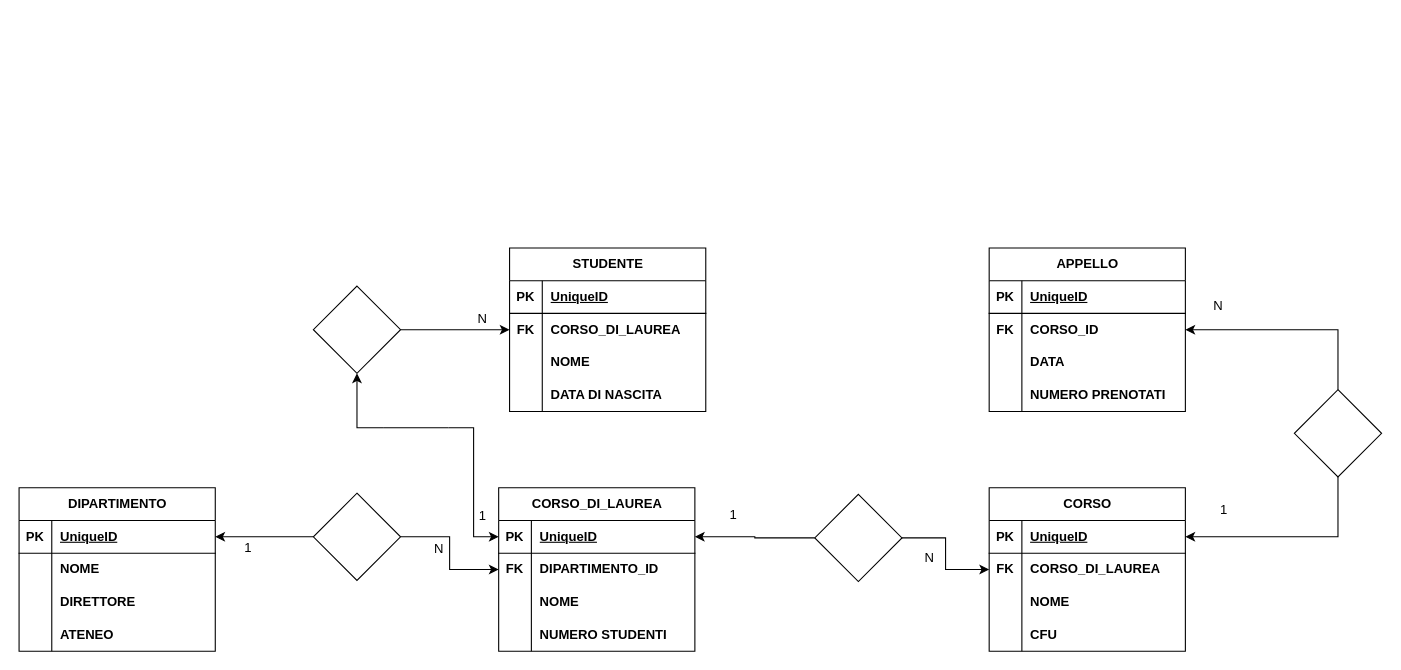
Earlier version of the draw.io diagram db-university.drawio (giogiosgr/db-university). Source tidied: cells renumbered, new cells numbered last; positions are measured from the earlier drawing's top-left corner, leaving out a move shared by most shapes. Both pictures are drawn from the tidied source at 109%, with x=0, y=0 at pixel (19, 247).
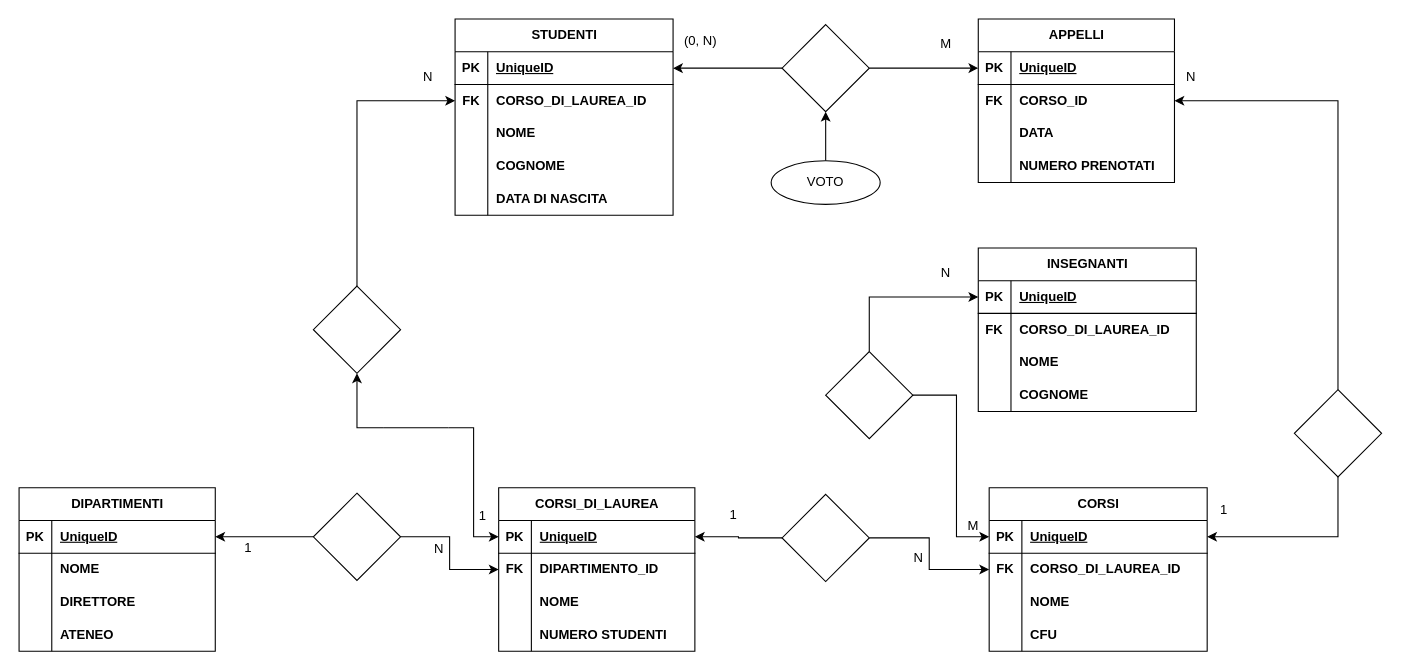
The same diagram, later.

Unchanged cells that the change refers to:
```xml
<mxCell id="63" style="shape=tableRow;horizontal=0;startSize=0;swimlaneHead=0;swimlaneBody=0;fillColor=none;points=[[0,0.5],[1,0.5]];portConstraint=eastwest;top=0;left=0;right=0;bottom=1;" parent="62" vertex="1">
  <mxGeometry y="30" width="180" height="30" as="geometry" />
</mxCell>
```

Change to the diagram source:
```diff
@@
-    <mxCell id="2" value="DIPARTIMENTO" style="shape=table;startSize=30;childLayout=tableLayout;rowLines=0;fontStyle=1;align=center;html=1;" parent="1" vertex="1">
+    <mxCell id="2" value="DIPARTIMENTI" style="shape=table;startSize=30;childLayout=tableLayout;rowLines=0;fontStyle=1;align=center;html=1;" parent="1" vertex="1">
       <mxGeometry y="220" width="180" height="150" as="geometry" />
     </mxCell>
@@
-    <mxCell id="18" value="CORSO_DI_LAUREA" style="shape=table;startSize=30;childLayout=tableLayout;rowLines=0;fontStyle=1;align=center;html=1;" parent="1" vertex="1">
+    <mxCell id="18" value="CORSI_DI_LAUREA" style="shape=table;startSize=30;childLayout=tableLayout;rowLines=0;fontStyle=1;align=center;html=1;" parent="1" vertex="1">
       <mxGeometry x="440" y="220" width="180" height="150" as="geometry" />
     </mxCell>
@@
-    <mxCell id="32" value="CORSO" style="shape=table;startSize=30;childLayout=tableLayout;rowLines=0;fontStyle=1;align=center;html=1;" parent="1" vertex="1">
-      <mxGeometry x="890" y="220" width="180" height="150" as="geometry" />
+    <mxCell id="32" value="CORSI" style="shape=table;startSize=30;childLayout=tableLayout;rowLines=0;fontStyle=1;align=center;html=1;" parent="1" vertex="1">
+      <mxGeometry x="890" y="220" width="200" height="150" as="geometry" />
     </mxCell>
     <mxCell id="33" style="shape=tableRow;horizontal=0;startSize=0;swimlaneHead=0;swimlaneBody=0;fillColor=none;points=[[0,0.5],[1,0.5]];portConstraint=eastwest;top=0;left=0;right=0;bottom=1;" parent="32" vertex="1">
-      <mxGeometry y="30" width="180" height="30" as="geometry" />
+      <mxGeometry y="30" width="200" height="30" as="geometry" />
     </mxCell>
@@
     <mxCell id="35" value="UniqueID" style="shape=partialRectangle;fillColor=none;top=0;left=0;bottom=0;right=0;align=left;spacingLeft=6;fontStyle=5;overflow=hidden;whiteSpace=wrap;html=1;" parent="33" vertex="1">
-      <mxGeometry x="30" width="150" height="30" as="geometry" />
+      <mxGeometry x="30" width="170" height="30" as="geometry" />
     </mxCell>
     <mxCell id="36" style="shape=tableRow;horizontal=0;startSize=0;swimlaneHead=0;swimlaneBody=0;fillColor=none;points=[[0,0.5],[1,0.5]];portConstraint=eastwest;top=0;left=0;right=0;bottom=0;" parent="32" vertex="1">
-      <mxGeometry y="60" width="180" height="30" as="geometry" />
+      <mxGeometry y="60" width="200" height="30" as="geometry" />
     </mxCell>
@@
-    <mxCell id="38" value="&lt;b&gt;CORSO_DI_LAUREA&lt;/b&gt;" style="shape=partialRectangle;fillColor=none;top=0;left=0;bottom=0;right=0;align=left;spacingLeft=6;overflow=hidden;whiteSpace=wrap;html=1;" parent="36" vertex="1">
-      <mxGeometry x="30" width="150" height="30" as="geometry" />
+    <mxCell id="38" value="&lt;b&gt;CORSO_DI_LAUREA_ID&lt;/b&gt;" style="shape=partialRectangle;fillColor=none;top=0;left=0;bottom=0;right=0;align=left;spacingLeft=6;overflow=hidden;whiteSpace=wrap;html=1;" parent="36" vertex="1">
+      <mxGeometry x="30" width="170" height="30" as="geometry" />
     </mxCell>
     <mxCell id="39" style="shape=tableRow;horizontal=0;startSize=0;swimlaneHead=0;swimlaneBody=0;fillColor=none;top=0;left=0;right=0;bottom=0;" parent="32" vertex="1">
-      <mxGeometry y="90" width="180" height="30" as="geometry" />
+      <mxGeometry y="90" width="200" height="30" as="geometry" />
     </mxCell>
@@
     <mxCell id="41" value="&lt;b&gt;NOME&lt;/b&gt;" style="shape=partialRectangle;fillColor=none;top=0;left=0;bottom=0;right=0;align=left;spacingLeft=6;overflow=hidden;whiteSpace=wrap;html=1;" parent="39" vertex="1">
-      <mxGeometry x="30" width="150" height="30" as="geometry" />
+      <mxGeometry x="30" width="170" height="30" as="geometry" />
     </mxCell>
     <mxCell id="42" style="shape=tableRow;horizontal=0;startSize=0;swimlaneHead=0;swimlaneBody=0;fillColor=none;top=0;left=0;right=0;bottom=0;" parent="32" vertex="1">
-      <mxGeometry y="120" width="180" height="30" as="geometry" />
+      <mxGeometry y="120" width="200" height="30" as="geometry" />
     </mxCell>
@@
     <mxCell id="44" value="&lt;b&gt;CFU&lt;/b&gt;" style="shape=partialRectangle;fillColor=none;top=0;left=0;bottom=0;right=0;align=left;spacingLeft=6;overflow=hidden;whiteSpace=wrap;html=1;" parent="42" vertex="1">
-      <mxGeometry x="30" width="150" height="30" as="geometry" />
+      <mxGeometry x="30" width="170" height="30" as="geometry" />
     </mxCell>
@@
     <mxCell id="48" style="rhombus;whiteSpace=wrap;html=1;" parent="1" vertex="1">
-      <mxGeometry x="730" y="226" width="80" height="80" as="geometry" />
+      <mxGeometry x="700" y="226" width="80" height="80" as="geometry" />
     </mxCell>
-    <mxCell id="49" value="STUDENTE" style="shape=table;startSize=30;childLayout=tableLayout;rowLines=0;fontStyle=1;align=center;html=1;" parent="1" vertex="1">
-      <mxGeometry x="450" width="180" height="150" as="geometry" />
+    <mxCell id="49" value="STUDENTI" style="shape=table;startSize=30;childLayout=tableLayout;rowLines=0;fontStyle=1;align=center;html=1;" parent="1" vertex="1">
+      <mxGeometry x="400" y="-210" width="200" height="180" as="geometry" />
     </mxCell>
     <mxCell id="50" style="shape=tableRow;horizontal=0;startSize=0;swimlaneHead=0;swimlaneBody=0;fillColor=none;points=[[0,0.5],[1,0.5]];portConstraint=eastwest;top=0;left=0;right=0;bottom=1;" parent="49" vertex="1">
-      <mxGeometry y="30" width="180" height="30" as="geometry" />
+      <mxGeometry y="30" width="200" height="30" as="geometry" />
     </mxCell>
@@
     <mxCell id="52" value="UniqueID" style="shape=partialRectangle;fillColor=none;top=0;left=0;bottom=0;right=0;align=left;spacingLeft=6;fontStyle=5;overflow=hidden;whiteSpace=wrap;html=1;" parent="50" vertex="1">
-      <mxGeometry x="30" width="150" height="30" as="geometry" />
+      <mxGeometry x="30" width="170" height="30" as="geometry" />
     </mxCell>
     <mxCell id="53" style="shape=tableRow;horizontal=0;startSize=0;swimlaneHead=0;swimlaneBody=0;fillColor=none;points=[[0,0.5],[1,0.5]];portConstraint=eastwest;top=0;left=0;right=0;bottom=0;" parent="49" vertex="1">
-      <mxGeometry y="60" width="180" height="30" as="geometry" />
+      <mxGeometry y="60" width="200" height="30" as="geometry" />
     </mxCell>
@@
-    <mxCell id="55" value="&lt;b&gt;CORSO_DI_LAUREA&lt;/b&gt;" style="shape=partialRectangle;fillColor=none;top=0;left=0;bottom=0;right=0;align=left;spacingLeft=6;overflow=hidden;whiteSpace=wrap;html=1;" parent="53" vertex="1">
-      <mxGeometry x="30" width="150" height="30" as="geometry" />
+    <mxCell id="55" value="&lt;b&gt;CORSO_DI_LAUREA_ID&lt;/b&gt;" style="shape=partialRectangle;fillColor=none;top=0;left=0;bottom=0;right=0;align=left;spacingLeft=6;overflow=hidden;whiteSpace=wrap;html=1;" parent="53" vertex="1">
+      <mxGeometry x="30" width="170" height="30" as="geometry" />
     </mxCell>
     <mxCell id="56" style="shape=tableRow;horizontal=0;startSize=0;swimlaneHead=0;swimlaneBody=0;fillColor=none;top=0;left=0;right=0;bottom=0;" parent="49" vertex="1">
-      <mxGeometry y="90" width="180" height="30" as="geometry" />
+      <mxGeometry y="90" width="200" height="30" as="geometry" />
     </mxCell>
@@
     <mxCell id="58" value="&lt;b&gt;NOME&lt;/b&gt;" style="shape=partialRectangle;fillColor=none;top=0;left=0;bottom=0;right=0;align=left;spacingLeft=6;overflow=hidden;whiteSpace=wrap;html=1;" parent="56" vertex="1">
-      <mxGeometry x="30" width="150" height="30" as="geometry" />
+      <mxGeometry x="30" width="170" height="30" as="geometry" />
     </mxCell>
     <mxCell id="59" style="shape=tableRow;horizontal=0;startSize=0;swimlaneHead=0;swimlaneBody=0;fillColor=none;top=0;left=0;right=0;bottom=0;" parent="49" vertex="1">
-      <mxGeometry y="120" width="180" height="30" as="geometry" />
+      <mxGeometry y="120" width="200" height="30" as="geometry" />
     </mxCell>
@@
-    <mxCell id="61" value="&lt;b&gt;DATA DI NASCITA&lt;/b&gt;" style="shape=partialRectangle;fillColor=none;top=0;left=0;bottom=0;right=0;align=left;spacingLeft=6;overflow=hidden;whiteSpace=wrap;html=1;" parent="59" vertex="1">
-      <mxGeometry x="30" width="150" height="30" as="geometry" />
+    <mxCell id="61" value="&lt;b&gt;COGNOME&lt;/b&gt;" style="shape=partialRectangle;fillColor=none;top=0;left=0;bottom=0;right=0;align=left;spacingLeft=6;overflow=hidden;whiteSpace=wrap;html=1;" parent="59" vertex="1">
+      <mxGeometry x="30" width="170" height="30" as="geometry" />
     </mxCell>
+    <mxCell id="89" style="shape=tableRow;horizontal=0;startSize=0;swimlaneHead=0;swimlaneBody=0;fillColor=none;top=0;left=0;right=0;bottom=0;" parent="49" vertex="1">
+      <mxGeometry y="150" width="200" height="30" as="geometry" />
+    </mxCell>
+    <mxCell id="90" style="shape=partialRectangle;fillColor=none;top=0;left=0;bottom=0;right=0;overflow=hidden;whiteSpace=wrap;html=1;" parent="89" vertex="1">
+      <mxGeometry width="30" height="30" as="geometry" />
+    </mxCell>
+    <mxCell id="91" value="&lt;b&gt;DATA DI NASCITA&lt;/b&gt;" style="shape=partialRectangle;fillColor=none;top=0;left=0;bottom=0;right=0;align=left;spacingLeft=6;overflow=hidden;whiteSpace=wrap;html=1;" parent="89" vertex="1">
+      <mxGeometry x="30" width="170" height="30" as="geometry" />
+    </mxCell>
-    <mxCell id="62" value="APPELLO" style="shape=table;startSize=30;childLayout=tableLayout;rowLines=0;fontStyle=1;align=center;html=1;" parent="1" vertex="1">
-      <mxGeometry x="890" width="180" height="150" as="geometry" />
+    <mxCell id="62" value="APPELLI" style="shape=table;startSize=30;childLayout=tableLayout;rowLines=0;fontStyle=1;align=center;html=1;" parent="1" vertex="1">
+      <mxGeometry x="880" y="-210" width="180" height="150" as="geometry" />
     </mxCell>
@@
     <mxCell id="76" value="N" style="text;html=1;align=center;verticalAlign=middle;strokeColor=none;fillColor=none;" parent="1" vertex="1">
-      <mxGeometry x="820" y="270" width="30" height="30" as="geometry" />
+      <mxGeometry x="810" y="270" width="30" height="30" as="geometry" />
     </mxCell>
@@
     <mxCell id="86" value="N" style="text;html=1;align=center;verticalAlign=middle;strokeColor=none;fillColor=none;" parent="1" vertex="1">
-      <mxGeometry x="410" y="50" width="30" height="30" as="geometry" />
+      <mxGeometry x="360" y="-172" width="30" height="30" as="geometry" />
     </mxCell>
@@
     <mxCell id="88" value="N" style="text;html=1;align=center;verticalAlign=middle;strokeColor=none;fillColor=none;" parent="1" vertex="1">
-      <mxGeometry x="1085" y="38" width="30" height="30" as="geometry" />
+      <mxGeometry x="1060" y="-172" width="30" height="30" as="geometry" />
     </mxCell>
+    <mxCell id="92" value="INSEGNANTI" style="shape=table;startSize=30;childLayout=tableLayout;rowLines=0;fontStyle=1;align=center;html=1;" parent="1" vertex="1">
+      <mxGeometry x="880" width="200" height="150" as="geometry" />
+    </mxCell>
+    <mxCell id="93" style="shape=tableRow;horizontal=0;startSize=0;swimlaneHead=0;swimlaneBody=0;fillColor=none;points=[[0,0.5],[1,0.5]];portConstraint=eastwest;top=0;left=0;right=0;bottom=1;" parent="92" vertex="1">
+      <mxGeometry y="30" width="200" height="30" as="geometry" />
+    </mxCell>
+    <mxCell id="94" value="PK" style="shape=partialRectangle;fillColor=none;top=0;left=0;bottom=0;right=0;fontStyle=1;overflow=hidden;whiteSpace=wrap;html=1;" parent="93" vertex="1">
+      <mxGeometry width="30" height="30" as="geometry" />
+    </mxCell>
+    <mxCell id="95" value="UniqueID" style="shape=partialRectangle;fillColor=none;top=0;left=0;bottom=0;right=0;align=left;spacingLeft=6;fontStyle=5;overflow=hidden;whiteSpace=wrap;html=1;" parent="93" vertex="1">
+      <mxGeometry x="30" width="170" height="30" as="geometry" />
+    </mxCell>
+    <mxCell id="96" style="shape=tableRow;horizontal=0;startSize=0;swimlaneHead=0;swimlaneBody=0;fillColor=none;top=0;left=0;right=0;bottom=0;" parent="92" vertex="1">
+      <mxGeometry y="60" width="200" height="30" as="geometry" />
+    </mxCell>
+    <mxCell id="97" value="&lt;b&gt;FK&lt;/b&gt;" style="shape=partialRectangle;fillColor=none;top=0;left=0;bottom=0;right=0;overflow=hidden;whiteSpace=wrap;html=1;" parent="96" vertex="1">
+      <mxGeometry width="30" height="30" as="geometry" />
+    </mxCell>
+    <mxCell id="98" value="&lt;b&gt;CORSO_DI_LAUREA_ID&lt;/b&gt;" style="shape=partialRectangle;fillColor=none;top=0;left=0;bottom=0;right=0;align=left;spacingLeft=6;overflow=hidden;whiteSpace=wrap;html=1;" parent="96" vertex="1">
+      <mxGeometry x="30" width="170" height="30" as="geometry" />
+    </mxCell>
+    <mxCell id="99" style="shape=tableRow;horizontal=0;startSize=0;swimlaneHead=0;swimlaneBody=0;fillColor=none;top=0;left=0;right=0;bottom=0;" parent="92" vertex="1">
+      <mxGeometry y="90" width="200" height="30" as="geometry" />
+    </mxCell>
+    <mxCell id="100" style="shape=partialRectangle;fillColor=none;top=0;left=0;bottom=0;right=0;overflow=hidden;whiteSpace=wrap;html=1;" parent="99" vertex="1">
+      <mxGeometry width="30" height="30" as="geometry" />
+    </mxCell>
+    <mxCell id="101" value="&lt;b&gt;NOME&lt;/b&gt;" style="shape=partialRectangle;fillColor=none;top=0;left=0;bottom=0;right=0;align=left;spacingLeft=6;overflow=hidden;whiteSpace=wrap;html=1;" parent="99" vertex="1">
+      <mxGeometry x="30" width="170" height="30" as="geometry" />
+    </mxCell>
+    <mxCell id="102" style="shape=tableRow;horizontal=0;startSize=0;swimlaneHead=0;swimlaneBody=0;fillColor=none;top=0;left=0;right=0;bottom=0;" parent="92" vertex="1">
+      <mxGeometry y="120" width="200" height="30" as="geometry" />
+    </mxCell>
+    <mxCell id="103" style="shape=partialRectangle;fillColor=none;top=0;left=0;bottom=0;right=0;overflow=hidden;whiteSpace=wrap;html=1;" parent="102" vertex="1">
+      <mxGeometry width="30" height="30" as="geometry" />
+    </mxCell>
+    <mxCell id="104" value="&lt;b&gt;COGNOME&lt;/b&gt;" style="shape=partialRectangle;fillColor=none;top=0;left=0;bottom=0;right=0;align=left;spacingLeft=6;overflow=hidden;whiteSpace=wrap;html=1;" parent="102" vertex="1">
+      <mxGeometry x="30" width="170" height="30" as="geometry" />
+    </mxCell>
+    <mxCell id="105" style="edgeStyle=orthogonalEdgeStyle;rounded=0;jettySize=auto;html=1;entryX=0;entryY=0.5;entryDx=0;entryDy=0;" parent="1" edge="1" source="107" target="93">
+      <mxGeometry relative="1" as="geometry" />
+    </mxCell>
+    <mxCell id="106" style="edgeStyle=orthogonalEdgeStyle;rounded=0;jettySize=auto;html=1;entryX=0;entryY=0.5;entryDx=0;entryDy=0;" parent="1" edge="1" source="107" target="33">
+      <mxGeometry relative="1" as="geometry">
+        <Array as="points">
+          <mxPoint x="860" y="135" />
+          <mxPoint x="860" y="265" />
+        </Array>
+      </mxGeometry>
+    </mxCell>
+    <mxCell id="107" style="rhombus;whiteSpace=wrap;html=1;" parent="1" vertex="1">
+      <mxGeometry x="740" y="95" width="80" height="80" as="geometry" />
+    </mxCell>
+    <mxCell id="108" value="N" style="text;html=1;align=center;verticalAlign=middle;strokeColor=none;fillColor=none;" parent="1" vertex="1">
+      <mxGeometry x="835" y="8" width="30" height="30" as="geometry" />
+    </mxCell>
+    <mxCell id="109" value="M" style="text;html=1;align=center;verticalAlign=middle;strokeColor=none;fillColor=none;" parent="1" vertex="1">
+      <mxGeometry x="860" y="240" width="30" height="30" as="geometry" />
+    </mxCell>
+    <mxCell id="110" style="edgeStyle=orthogonalEdgeStyle;rounded=0;jettySize=auto;html=1;entryX=1;entryY=0.5;entryDx=0;entryDy=0;" parent="1" edge="1" source="112" target="50">
+      <mxGeometry relative="1" as="geometry" />
+    </mxCell>
+    <mxCell id="111" style="edgeStyle=orthogonalEdgeStyle;rounded=0;jettySize=auto;html=1;entryX=0;entryY=0.5;entryDx=0;entryDy=0;" parent="1" edge="1" source="112" target="63">
+      <mxGeometry relative="1" as="geometry" />
+    </mxCell>
+    <mxCell id="112" style="rhombus;whiteSpace=wrap;html=1;" parent="1" vertex="1">
+      <mxGeometry x="700" y="-205" width="80" height="80" as="geometry" />
+    </mxCell>
+    <mxCell id="113" value="(0, N)" style="text;html=1;align=center;verticalAlign=middle;strokeColor=none;fillColor=none;" parent="1" vertex="1">
+      <mxGeometry x="600" y="-205" width="50" height="30" as="geometry" />
+    </mxCell>
+    <mxCell id="114" value="M" style="text;html=1;align=center;verticalAlign=middle;strokeColor=none;fillColor=none;" parent="1" vertex="1">
+      <mxGeometry x="835" y="-202" width="30" height="30" as="geometry" />
+    </mxCell>
+    <mxCell id="115" style="edgeStyle=orthogonalEdgeStyle;rounded=0;jettySize=auto;html=1;" parent="1" edge="1" source="116" target="112">
+      <mxGeometry relative="1" as="geometry" />
+    </mxCell>
+    <mxCell id="116" value="VOTO" style="ellipse;whiteSpace=wrap;html=1;align=center;" parent="1" vertex="1">
+      <mxGeometry x="690" y="-80" width="100" height="40" as="geometry" />
+    </mxCell>
```
